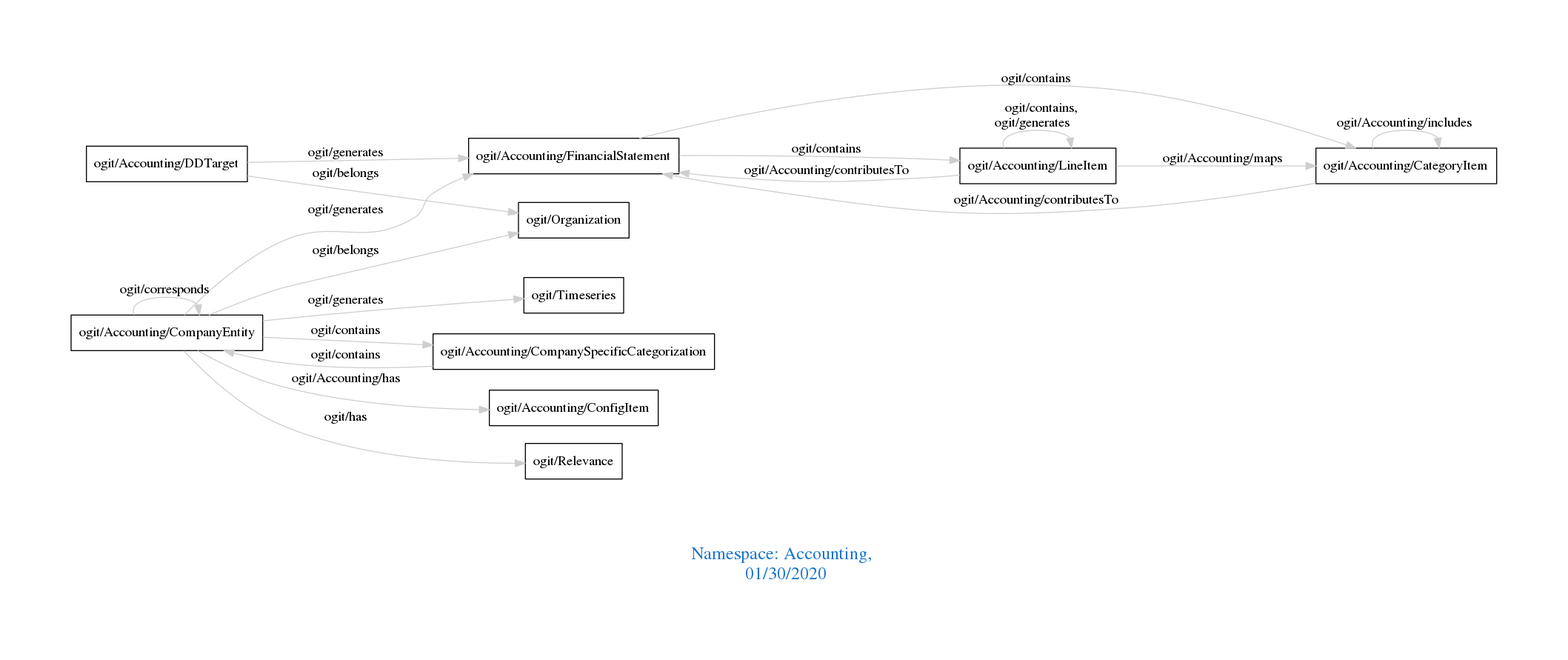
Before: downloads/Accounting.png, a diagram exported from Graphviz (arago/OGIT). Its source is kept beside it as downloads/Accounting.dot.
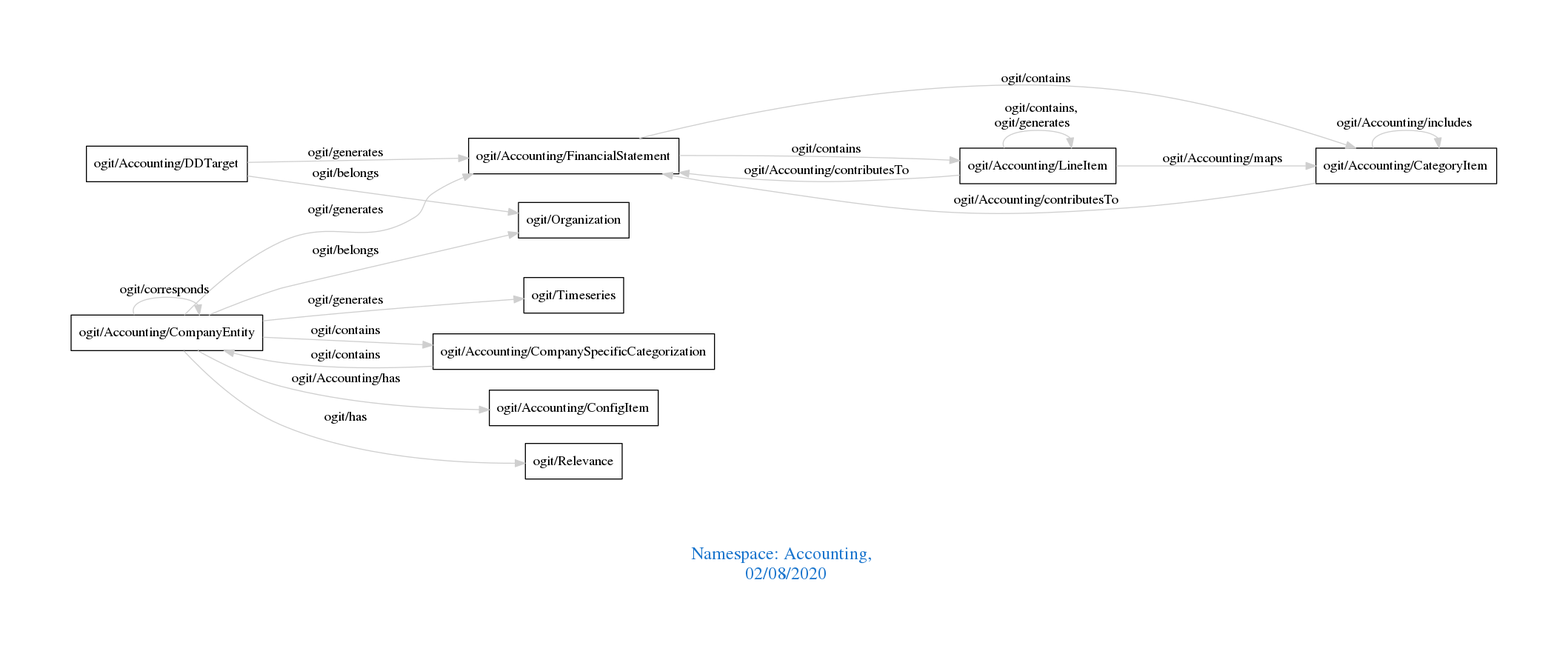
The same file after the commit.

Change to the diagram source:
```diff
@@ -1,7 +1,7 @@
 digraph OGIT_ontology {
  graph [ rankdir= LR,pad=1
 fontsize = 18,
-fontcolor= dodgerblue3,label = "\n\n\nNamespace: Accounting, \n 01/30/2020"];
+fontcolor= dodgerblue3,label = "\n\n\nNamespace: Accounting, \n 02/08/2020"];
 node[shape=polygon];
 edge [  color="gray81"];
 
```
